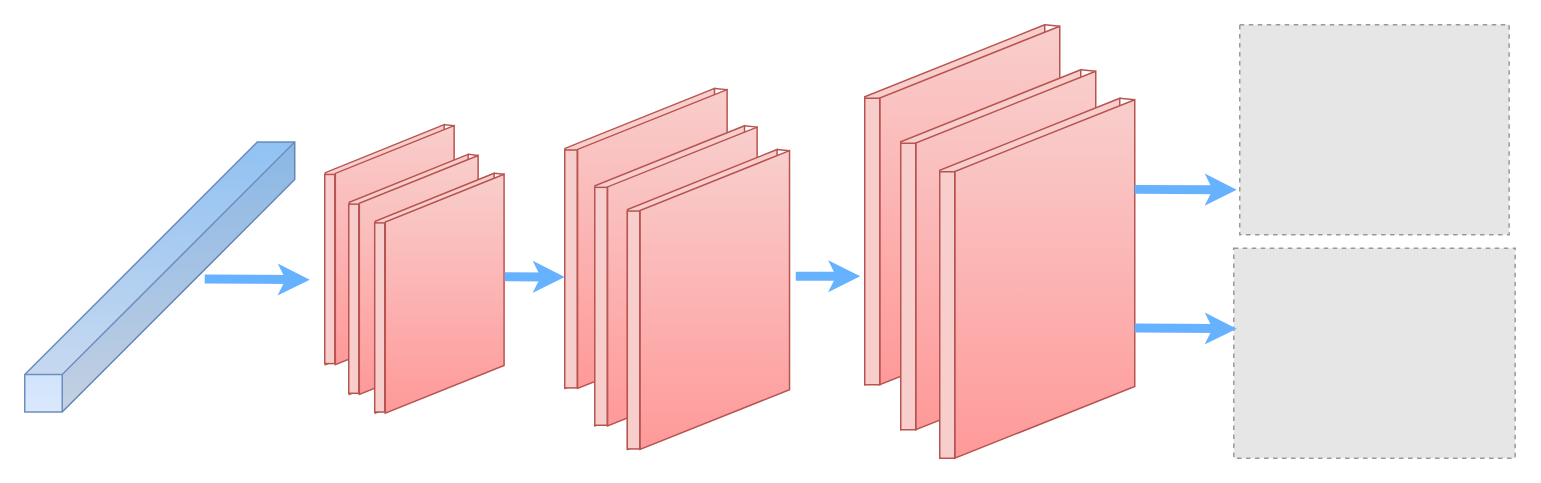
StevenHickson/Helpful_Scripts keeps this draw.io diagram as encoder_decoder.drawio. Above is the earlier version. Source tidied: cells renumbered, new cells numbered last; positions are measured from the earlier drawing's top-left corner, leaving out a move shared by most shapes. Both pictures are drawn from the tidied source at 150%, with x=0, y=0 at pixel (24, 24). Pictures stored in the file or linked from it are replaced by grey dashed boxes.
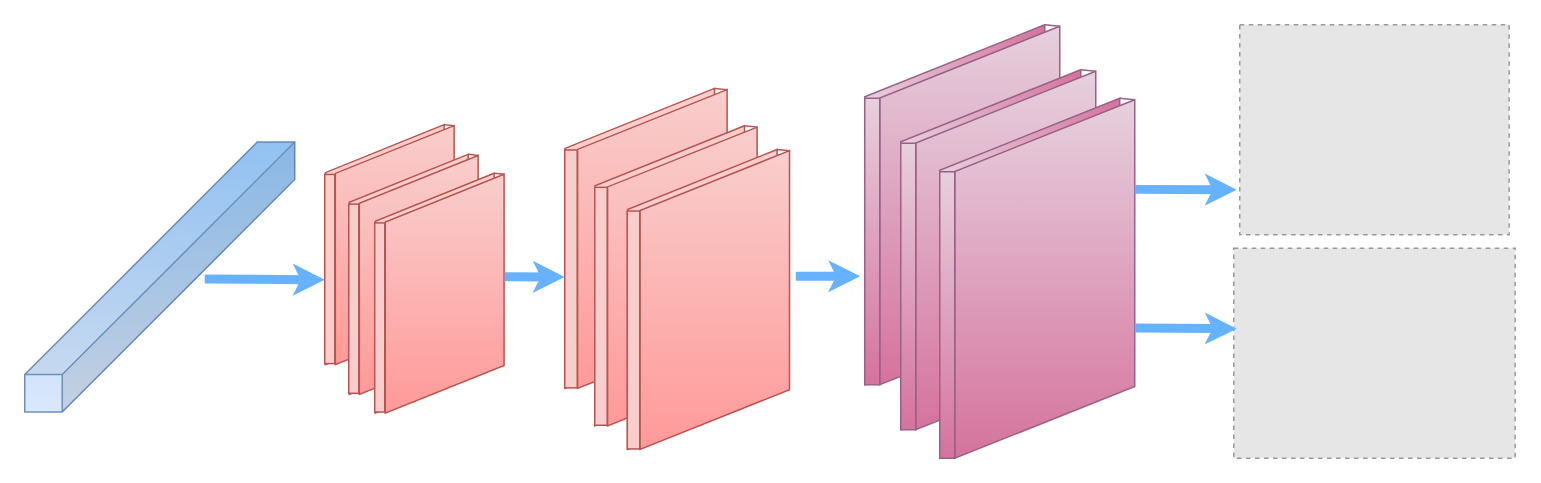
After the change.

The change refers to these unchanged cells:
```xml
<mxCell id="3" style="group;" parent="1" vertex="1">
  <mxGeometry x="560" width="180" height="289" as="geometry" />
</mxCell>
<mxCell id="26" style="rounded=0;whiteSpace=wrap;html=1;shadow=0;fillColor=#f8cecc;strokeColor=#b85450;" parent="22" vertex="1">
  <mxGeometry y="32.4" width="6.7" height="126.1" as="geometry" />
</mxCell>
```

What changed in the source:
```diff
@@
-    <mxCell id="4" style="shape=parallelogram;perimeter=parallelogramPerimeter;whiteSpace=wrap;html=1;portConstraintRotation=0;size=0.2;portConstraint=north;rotation=-90;flipH=1;fillColor=#f8cecc;strokeColor=#b85450;" parent="3" vertex="1">
+    <mxCell id="4" style="shape=parallelogram;perimeter=parallelogramPerimeter;whiteSpace=wrap;html=1;portConstraintRotation=0;size=0.2;portConstraint=north;rotation=-90;flipH=1;fillColor=#e6d0de;strokeColor=#996185;gradientColor=#d5739d;" parent="3" vertex="1">
       <mxGeometry x="-60" y="60" width="240" height="120" as="geometry" />
     </mxCell>
-    <mxCell id="5" style="triangle;whiteSpace=wrap;html=1;shadow=0;rotation=-135;strokeColor=none;fillColor=#f8cecc;" parent="3" vertex="1">
+    <mxCell id="5" style="triangle;whiteSpace=wrap;html=1;shadow=0;rotation=-135;strokeColor=#996185;fillColor=#e6d0de;gradientColor=#d5739d;" parent="3" vertex="1">
       <mxGeometry x="9.2" y="195.4" width="8" height="14.6" as="geometry" />
     </mxCell>
-    <mxCell id="6" style="shape=parallelogram;perimeter=parallelogramPerimeter;whiteSpace=wrap;html=1;portConstraintRotation=0;size=0.2;portConstraint=north;rotation=-90;flipH=1;fillColor=#f8cecc;strokeColor=#b85450;shadow=0;gradientColor=#FF9999;gradientDirection=east;" parent="3" vertex="1">
+    <mxCell id="6" style="shape=parallelogram;perimeter=parallelogramPerimeter;whiteSpace=wrap;html=1;portConstraintRotation=0;size=0.2;portConstraint=north;rotation=-90;flipH=1;fillColor=#e6d0de;strokeColor=#996185;shadow=0;gradientDirection=east;gradientColor=#d5739d;" parent="3" vertex="1">
       <mxGeometry x="-49.5" y="60.5" width="239" height="120" as="geometry" />
     </mxCell>
-    <mxCell id="7" style="rounded=0;whiteSpace=wrap;html=1;shadow=0;fillColor=#f8cecc;strokeColor=#b85450;" parent="3" vertex="1">
+    <mxCell id="7" style="rounded=0;whiteSpace=wrap;html=1;shadow=0;fillColor=#e6d0de;strokeColor=#996185;gradientColor=#d5739d;" parent="3" vertex="1">
       <mxGeometry y="49" width="10" height="191" as="geometry" />
     </mxCell>
-    <mxCell id="8" style="endArrow=none;html=1;exitX=1;exitY=1;exitDx=0;exitDy=0;entryX=1;entryY=1;entryDx=0;entryDy=0;fillColor=#f8cecc;strokeColor=#b85450;" parent="3" edge="1" source="6" target="4">
+    <mxCell id="8" style="endArrow=none;html=1;exitX=1;exitY=1;exitDx=0;exitDy=0;entryX=1;entryY=1;entryDx=0;entryDy=0;fillColor=#e6d0de;strokeColor=#996185;gradientColor=#d5739d;" parent="3" edge="1" source="6" target="4">
       <mxGeometry relative="1" as="geometry" />
     </mxCell>
-    <mxCell id="9" style="shape=parallelogram;perimeter=parallelogramPerimeter;whiteSpace=wrap;html=1;portConstraintRotation=0;size=0.2;portConstraint=north;rotation=-90;flipH=1;fillColor=#f8cecc;strokeColor=#b85450;" parent="3" vertex="1">
+    <mxCell id="9" style="shape=parallelogram;perimeter=parallelogramPerimeter;whiteSpace=wrap;html=1;portConstraintRotation=0;size=0.2;portConstraint=north;rotation=-90;flipH=1;fillColor=#e6d0de;strokeColor=#996185;gradientColor=#d5739d;" parent="3" vertex="1">
       <mxGeometry x="-36" y="90" width="240" height="120" as="geometry" />
     </mxCell>
-    <mxCell id="10" style="triangle;whiteSpace=wrap;html=1;shadow=0;rotation=-135;strokeColor=none;fillColor=#f8cecc;" parent="3" vertex="1">
+    <mxCell id="10" style="triangle;whiteSpace=wrap;html=1;shadow=0;rotation=-135;strokeColor=#996185;fillColor=#e6d0de;gradientColor=#d5739d;" parent="3" vertex="1">
       <mxGeometry x="33.2" y="225.4" width="8" height="14.6" as="geometry" />
     </mxCell>
-    <mxCell id="11" style="shape=parallelogram;perimeter=parallelogramPerimeter;whiteSpace=wrap;html=1;portConstraintRotation=0;size=0.2;portConstraint=north;rotation=-90;flipH=1;fillColor=#f8cecc;strokeColor=#b85450;shadow=0;gradientColor=#FF9999;gradientDirection=east;" parent="3" vertex="1">
+    <mxCell id="11" style="shape=parallelogram;perimeter=parallelogramPerimeter;whiteSpace=wrap;html=1;portConstraintRotation=0;size=0.2;portConstraint=north;rotation=-90;flipH=1;fillColor=#e6d0de;strokeColor=#996185;shadow=0;gradientDirection=east;gradientColor=#d5739d;" parent="3" vertex="1">
       <mxGeometry x="-25.5" y="90.5" width="239" height="120" as="geometry" />
     </mxCell>
-    <mxCell id="12" style="rounded=0;whiteSpace=wrap;html=1;shadow=0;fillColor=#f8cecc;strokeColor=#b85450;" parent="3" vertex="1">
+    <mxCell id="12" style="rounded=0;whiteSpace=wrap;html=1;shadow=0;fillColor=#e6d0de;strokeColor=#996185;gradientColor=#d5739d;" parent="3" vertex="1">
       <mxGeometry x="24" y="79" width="10" height="191" as="geometry" />
     </mxCell>
-    <mxCell id="13" style="endArrow=none;html=1;exitX=1;exitY=1;exitDx=0;exitDy=0;entryX=1;entryY=1;entryDx=0;entryDy=0;fillColor=#f8cecc;strokeColor=#b85450;" parent="3" edge="1" source="11" target="9">
+    <mxCell id="13" style="endArrow=none;html=1;exitX=1;exitY=1;exitDx=0;exitDy=0;entryX=1;entryY=1;entryDx=0;entryDy=0;fillColor=#e6d0de;strokeColor=#996185;gradientColor=#d5739d;" parent="3" edge="1" source="11" target="9">
       <mxGeometry relative="1" as="geometry" />
     </mxCell>
-    <mxCell id="14" style="shape=parallelogram;perimeter=parallelogramPerimeter;whiteSpace=wrap;html=1;portConstraintRotation=0;size=0.2;portConstraint=north;rotation=-90;flipH=1;fillColor=#f8cecc;strokeColor=#b85450;" parent="3" vertex="1">
+    <mxCell id="14" style="shape=parallelogram;perimeter=parallelogramPerimeter;whiteSpace=wrap;html=1;portConstraintRotation=0;size=0.2;portConstraint=north;rotation=-90;flipH=1;fillColor=#e6d0de;strokeColor=#996185;gradientColor=#d5739d;" parent="3" vertex="1">
       <mxGeometry x="-10" y="109" width="240" height="120" as="geometry" />
     </mxCell>
-    <mxCell id="15" style="triangle;whiteSpace=wrap;html=1;shadow=0;rotation=-135;strokeColor=none;fillColor=#f8cecc;" parent="3" vertex="1">
+    <mxCell id="15" style="triangle;whiteSpace=wrap;html=1;shadow=0;rotation=-135;strokeColor=#996185;fillColor=#e6d0de;gradientColor=#d5739d;" parent="3" vertex="1">
       <mxGeometry x="59.2" y="244.4" width="8" height="14.6" as="geometry" />
     </mxCell>
-    <mxCell id="16" style="shape=parallelogram;perimeter=parallelogramPerimeter;whiteSpace=wrap;html=1;portConstraintRotation=0;size=0.2;portConstraint=north;rotation=-90;flipH=1;fillColor=#f8cecc;strokeColor=#b85450;shadow=0;gradientColor=#FF9999;gradientDirection=east;" parent="3" vertex="1">
+    <mxCell id="16" style="shape=parallelogram;perimeter=parallelogramPerimeter;whiteSpace=wrap;html=1;portConstraintRotation=0;size=0.2;portConstraint=north;rotation=-90;flipH=1;fillColor=#e6d0de;strokeColor=#996185;shadow=0;gradientDirection=east;gradientColor=#d5739d;" parent="3" vertex="1">
       <mxGeometry x="0.5" y="109.5" width="239" height="120" as="geometry" />
     </mxCell>
-    <mxCell id="17" style="rounded=0;whiteSpace=wrap;html=1;shadow=0;fillColor=#f8cecc;strokeColor=#b85450;" parent="3" vertex="1">
+    <mxCell id="17" style="rounded=0;whiteSpace=wrap;html=1;shadow=0;fillColor=#e6d0de;strokeColor=#996185;gradientColor=#d5739d;" parent="3" vertex="1">
       <mxGeometry x="50" y="98" width="10" height="191" as="geometry" />
     </mxCell>
-    <mxCell id="18" style="endArrow=none;html=1;exitX=1;exitY=1;exitDx=0;exitDy=0;entryX=1;entryY=1;entryDx=0;entryDy=0;fillColor=#f8cecc;strokeColor=#b85450;" parent="3" edge="1" source="16" target="14">
+    <mxCell id="18" style="endArrow=none;html=1;exitX=1;exitY=1;exitDx=0;exitDy=0;entryX=1;entryY=1;entryDx=0;entryDy=0;fillColor=#e6d0de;strokeColor=#996185;gradientColor=#d5739d;" parent="3" edge="1" source="16" target="14">
       <mxGeometry relative="1" as="geometry" />
     </mxCell>
@@
-    <mxCell id="55" style="endArrow=classic;html=1;strokeColor=#66B2FF;strokeWidth=6;endSize=2;" parent="1" edge="1">
+    <mxCell id="55" style="endArrow=classic;html=1;strokeColor=#66B2FF;strokeWidth=6;endSize=2;entryX=0;entryY=0.557;entryDx=0;entryDy=0;entryPerimeter=0;" parent="1" edge="1" target="26">
       <mxGeometry relative="1" as="geometry">
         <mxPoint x="120" y="169.5" as="sourcePoint" />
-        <mxPoint x="190" y="170" as="targetPoint" />
       </mxGeometry>
     </mxCell>
```
